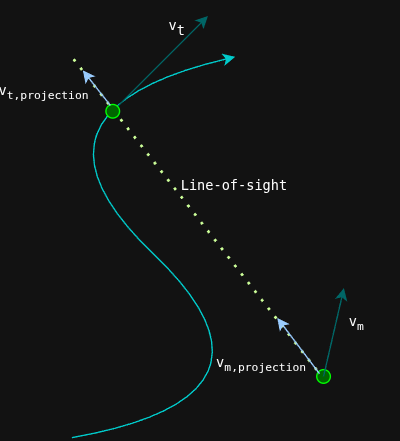
The draw.io diagram docs/img/vtp_angles.png in anujaya-seresinghe/trajectory-control-vtp-los-angle, before a commit. Source tidied: cells renumbered, new cells last; positions are measured from the earlier drawing's top-left corner, leaving out a move shared by most shapes.
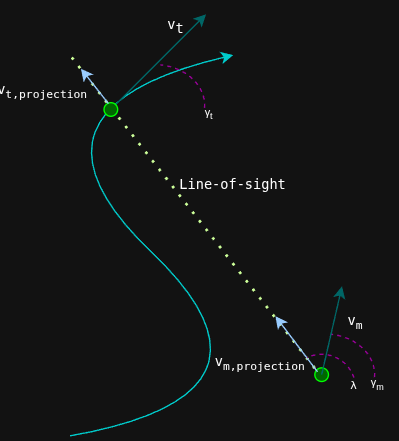
After the commit.

The edit, as a diff of the source:
```diff
@@ -2,6 +2,9 @@
   <root>
     <mxCell id="0" />
     <mxCell id="1" parent="0" />
+    <mxCell id="15" style="shape=mxgraph.basic.arc;html=1;startAngle=0.2404621378820819;endAngle=0.48099229607602517;endArrow=none;endFill=0;flipV=1;legacyAnchorPoints=0;dashed=1;strokeColor=#990099;" parent="1" vertex="1">
+      <mxGeometry x="200" y="242" width="74" height="60" as="geometry" />
+    </mxCell>
     <mxCell id="2" style="curved=1;endArrow=classic;html=1;rounded=0;strokeColor=#00CCCC;" parent="1" edge="1">
       <mxGeometry relative="1" as="geometry">
         <mxPoint x="50" y="317" as="sourcePoint" />
@@ -61,5 +64,20 @@
     <mxCell id="14" value="&lt;div&gt;&lt;pre dir=&quot;ltr&quot;&gt;&lt;p&gt;&lt;code&gt;&lt;font style=&quot;font-size: 10px;&quot;&gt;v&lt;/font&gt;&lt;font style=&quot;&quot;&gt;&lt;sub&gt;t&lt;/sub&gt;&lt;/font&gt;&lt;/code&gt;&lt;/p&gt;&lt;p&gt;&lt;/p&gt;&lt;/pre&gt;&lt;/div&gt;&lt;p&gt;&lt;/p&gt;" style="text;html=1;whiteSpace=wrap;strokeColor=none;fillColor=none;align=center;verticalAlign=middle;rounded=0;" parent="1" vertex="1">
       <mxGeometry x="98" width="60" height="30" as="geometry" />
     </mxCell>
+    <mxCell id="16" style="shape=mxgraph.basic.arc;html=1;startAngle=0.3;endAngle=0.5711722109572416;endArrow=none;endFill=0;flipV=1;legacyAnchorPoints=0;dashed=1;fontColor=#66CC00;strokeColor=#990099;" parent="1" vertex="1">
+      <mxGeometry x="210" y="257" width="50" height="50" as="geometry" />
+    </mxCell>
+    <mxCell id="17" value="&lt;div&gt;&lt;pre dir=&quot;ltr&quot;&gt;&lt;p&gt;&lt;font style=&quot;font-size: 8px;&quot;&gt;λ&lt;/font&gt;&lt;/p&gt;&lt;p&gt;&lt;/p&gt;&lt;/pre&gt;&lt;/div&gt;&lt;p&gt;&lt;/p&gt;" style="text;html=1;whiteSpace=wrap;strokeColor=none;fillColor=none;align=center;verticalAlign=middle;rounded=0;" parent="1" vertex="1">
+      <mxGeometry x="229" y="264" width="60" height="30" as="geometry" />
+    </mxCell>
+    <mxCell id="18" value="&lt;div&gt;&lt;pre dir=&quot;ltr&quot;&gt;&lt;p&gt;&lt;font style=&quot;font-size: 8px;&quot;&gt; &lt;span class=&quot;rQesXe MPyX&quot; style=&quot;font-family: &amp;quot;Google Sans&amp;quot;, sans-serif; margin: 0px; border-bottom: 0px rgb(238, 240, 255);&quot;&gt;γ&lt;sub&gt;m&lt;/sub&gt;&lt;/span&gt;&lt;/font&gt;&lt;/p&gt;&lt;p&gt;&lt;/p&gt;&lt;/pre&gt;&lt;/div&gt;&lt;p&gt;&lt;/p&gt;" style="text;html=1;whiteSpace=wrap;strokeColor=none;fillColor=none;align=center;verticalAlign=middle;rounded=0;" parent="1" vertex="1">
+      <mxGeometry x="264" y="262" width="20" height="30" as="geometry" />
+    </mxCell>
+    <mxCell id="19" style="shape=mxgraph.basic.arc;html=1;startAngle=0.2404621378820819;endAngle=0.48099229607602517;endArrow=none;endFill=0;flipV=1;legacyAnchorPoints=0;dashed=1;strokeColor=#990099;" parent="1" vertex="1">
+      <mxGeometry x="75" y="44" width="74" height="60" as="geometry" />
+    </mxCell>
+    <mxCell id="20" value="&lt;div&gt;&lt;pre dir=&quot;ltr&quot;&gt;&lt;p&gt;&lt;font style=&quot;font-size: 8px;&quot;&gt; &lt;span class=&quot;rQesXe MPyX&quot; style=&quot;font-family: &amp;quot;Google Sans&amp;quot;, sans-serif; margin: 0px; border-bottom: 0px rgb(238, 240, 255);&quot;&gt;γ&lt;sub&gt;t&lt;/sub&gt;&lt;/span&gt;&lt;/font&gt;&lt;/p&gt;&lt;p&gt;&lt;/p&gt;&lt;/pre&gt;&lt;/div&gt;&lt;p&gt;&lt;/p&gt;" style="text;html=1;whiteSpace=wrap;strokeColor=none;fillColor=none;align=center;verticalAlign=middle;rounded=0;" parent="1" vertex="1">
+      <mxGeometry x="140" y="63" width="20" height="30" as="geometry" />
+    </mxCell>
   </root>
 </mxGraphModel>
```
